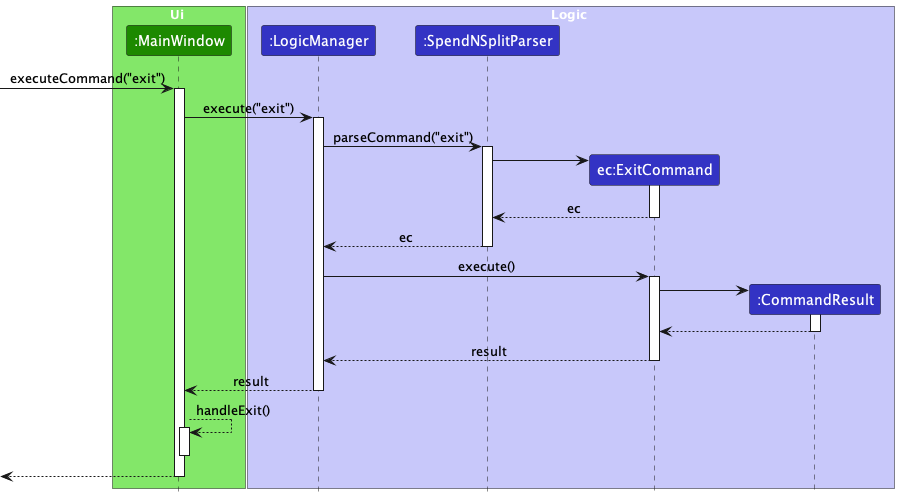
Earlier version of the PlantUML export docs/images/ExitCommandSequenceDiagram.png (wui-hong/tp). Source of this version:
```plantuml
@startuml
!include style.puml
skinparam ArrowFontStyle plain

box Ui UI_COLOR_T1
participant ":MainWindow" as MainWindow UI_COLOR
end box

box Logic LOGIC_COLOR_T1
participant ":LogicManager" as LogicManager LOGIC_COLOR
participant ":SpendNSplitParser" as SpendNSplitParser LOGIC_COLOR
participant "ec:ExitCommand" as ExitCommand LOGIC_COLOR
participant ":CommandResult" as CommandResult LOGIC_COLOR
end box

[-> MainWindow : executeCommand("exit")

activate MainWindow
MainWindow -> LogicManager : execute("exit")
activate LogicManager

LogicManager -> SpendNSplitParser : parseCommand("exit")
activate SpendNSplitParser

create ExitCommand
SpendNSplitParser -> ExitCommand
activate ExitCommand

ExitCommand --> SpendNSplitParser : ec
deactivate ExitCommand


SpendNSplitParser --> LogicManager : ec
deactivate SpendNSplitParser

LogicManager -> ExitCommand : execute()
activate ExitCommand

create CommandResult
ExitCommand -> CommandResult
activate CommandResult

CommandResult --> ExitCommand
deactivate CommandResult

ExitCommand --> LogicManager : result
deactivate ExitCommand

MainWindow <-- LogicManager : result
deactivate LogicManager

MainWindow --> MainWindow : handleExit()
activate MainWindow
deactivate MainWindow

[<-- MainWindow
deactivate MainWindow

@enduml
```
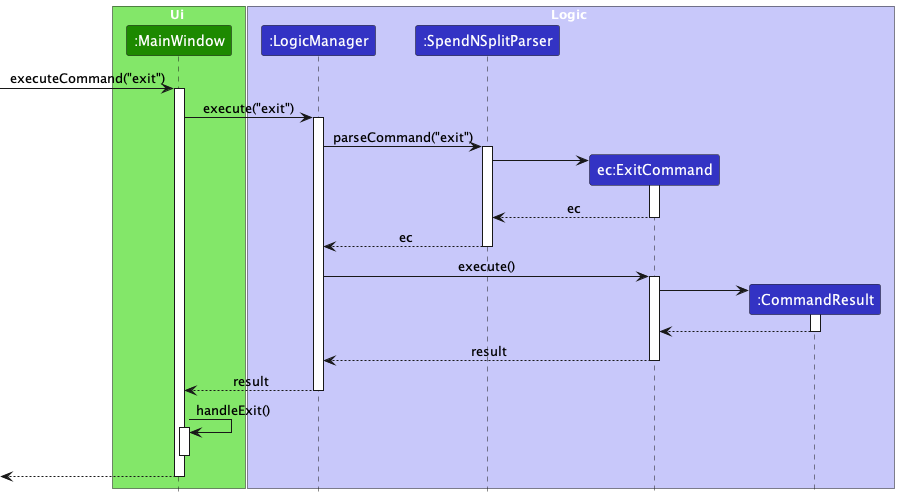
Above is the later version.

Commit message:
Fix arrow in help and exit seq diag

Diff of the diagram source:
```diff
@@ -49,7 +49,7 @@
 MainWindow <-- LogicManager : result
 deactivate LogicManager
 
-MainWindow --> MainWindow : handleExit()
+MainWindow -> MainWindow : handleExit()
 activate MainWindow
 deactivate MainWindow
 
```
